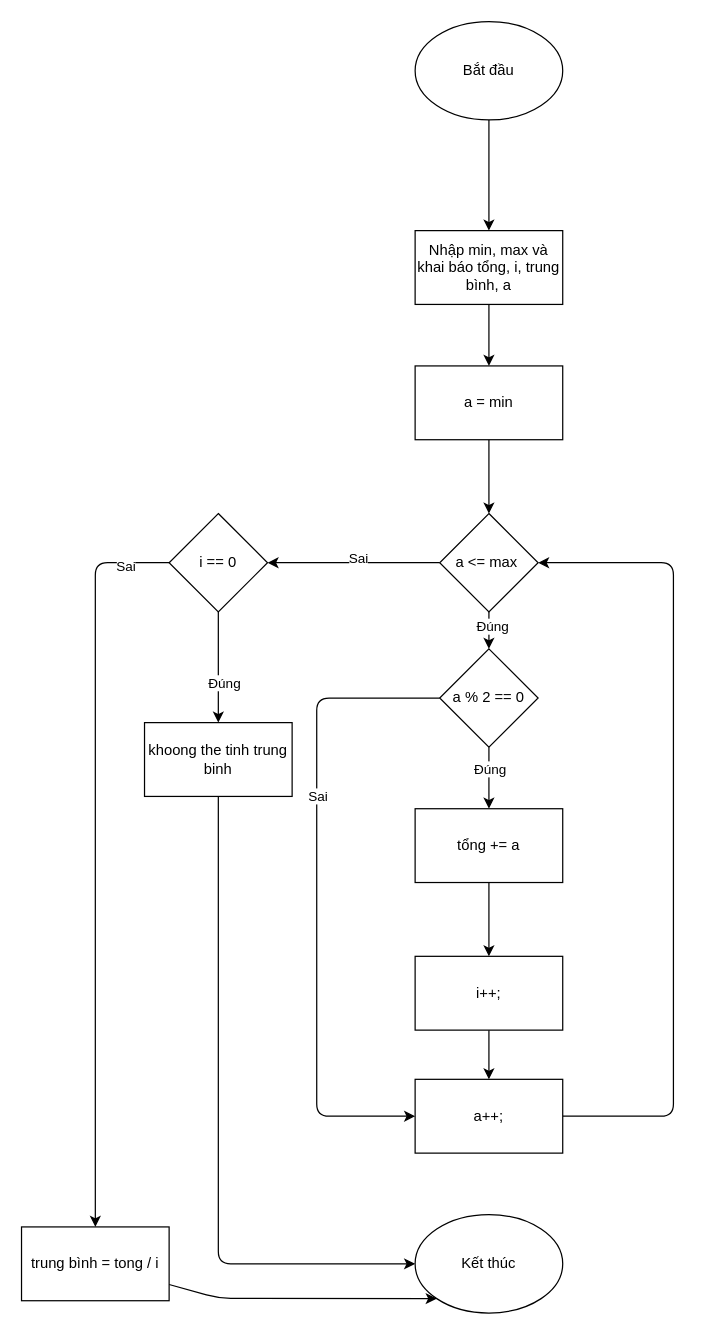
phantrongvinh/COM108_Phan_Trong_Vinh keeps this draw.io diagram as Lesson4/demo.drawio. Above is the earlier version. Source tidied: cells renumbered, new cells numbered last; positions are measured from the earlier drawing's top-left corner, leaving out a move shared by most shapes. Both pictures are drawn from the tidied source at 123%, with x=0, y=0 at pixel (21, 21).
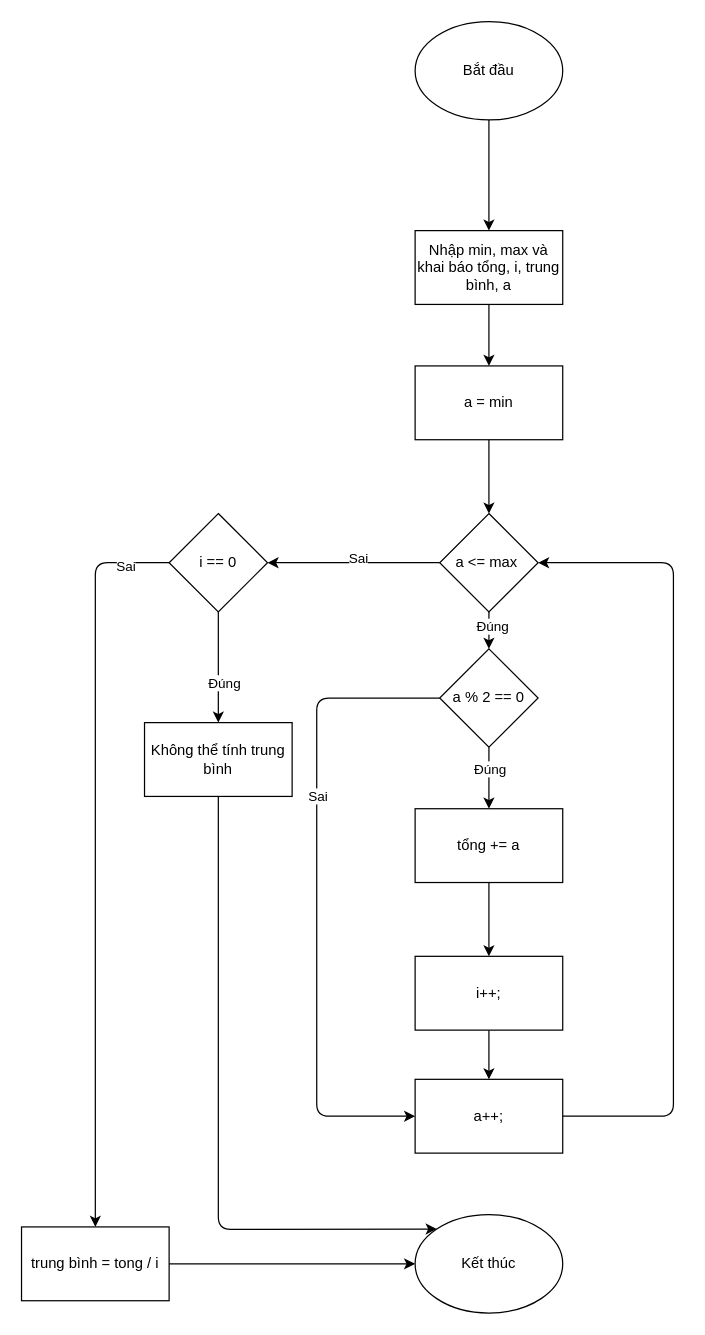
The same diagram, later.

Commit message (it also covers changes not shown here):
lesson 4 demo and year

The change refers to these unchanged cells:
```xml
<mxCell id="23" value="Kết thúc" style="ellipse;whiteSpace=wrap;html=1;" parent="1" vertex="1">
  <mxGeometry x="320" y="970" width="120" height="80" as="geometry" />
</mxCell>
<mxCell id="33" value="trung bình = tong / i" style="whiteSpace=wrap;html=1;" parent="1" vertex="1">
  <mxGeometry y="980" width="120" height="60" as="geometry" />
</mxCell>
```

Diff of the diagram source:
```diff
@@
-    <mxCell id="30" style="edgeStyle=none;html=1;entryX=0;entryY=0.5;entryDx=0;entryDy=0;" parent="1" edge="1" source="31" target="23">
+    <mxCell id="30" style="edgeStyle=none;html=1;entryX=0;entryY=0;entryDx=0;entryDy=0;" parent="1" edge="1" source="31" target="23">
       <mxGeometry relative="1" as="geometry">
         <Array as="points">
-          <mxPoint x="160" y="1010" />
+          <mxPoint x="160" y="982" />
         </Array>
       </mxGeometry>
     </mxCell>
-    <mxCell id="31" value="khoong the tinh trung binh" style="whiteSpace=wrap;html=1;" parent="1" vertex="1">
+    <mxCell id="31" value="Không thể tính trung bình" style="whiteSpace=wrap;html=1;" parent="1" vertex="1">
       <mxGeometry x="100" y="570" width="120" height="60" as="geometry" />
     </mxCell>
-    <mxCell id="32" style="edgeStyle=none;html=1;entryX=0;entryY=1;entryDx=0;entryDy=0;" parent="1" edge="1" source="33" target="23">
+    <mxCell id="32" style="edgeStyle=none;html=1;entryX=0;entryY=0.5;entryDx=0;entryDy=0;exitX=1;exitY=0.5;exitDx=0;exitDy=0;" parent="1" edge="1" source="33" target="23">
       <mxGeometry relative="1" as="geometry">
         <Array as="points">
-          <mxPoint x="160" y="1038" />
+          <mxPoint x="170" y="1010" />
         </Array>
       </mxGeometry>
     </mxCell>
```
